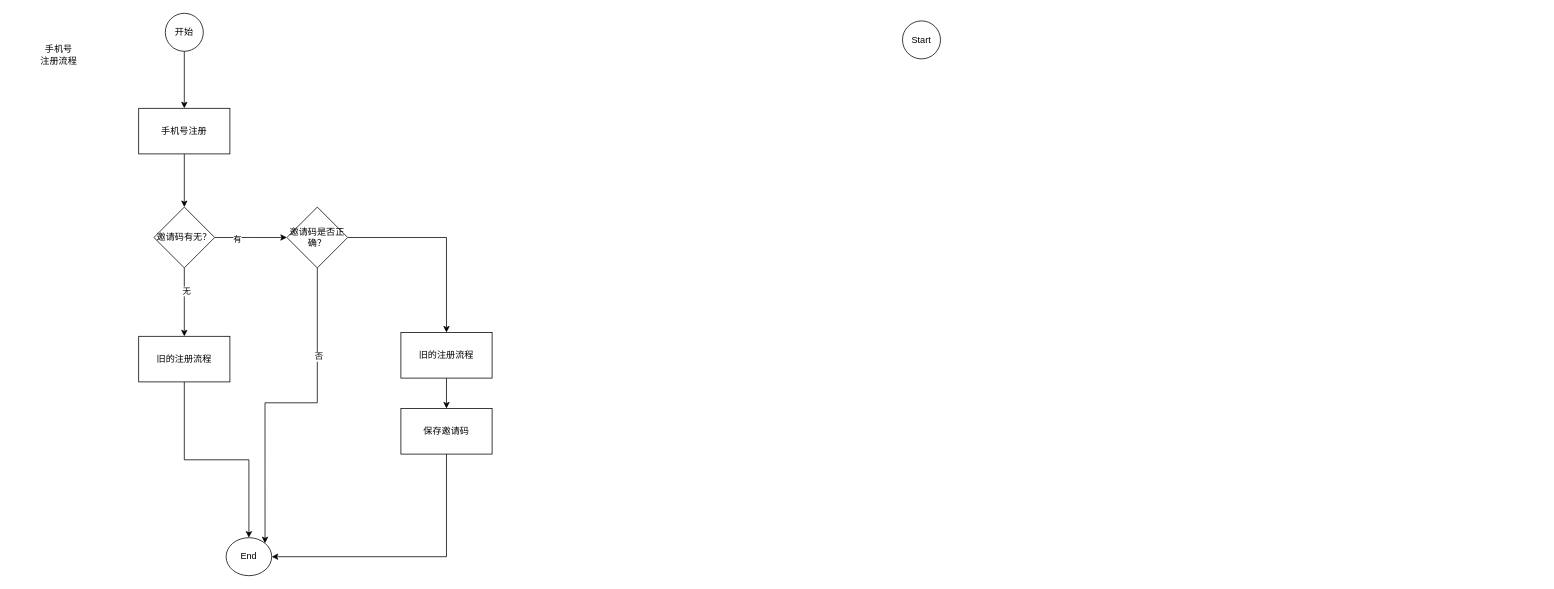
gongyao1992/draw keeps this draw.io diagram as 日常迭代/司机推广.drawio. Above is the earlier version. Source tidied: cells renumbered, new cells numbered last; positions are measured from the earlier drawing's top-left corner, leaving out a move shared by most shapes. Both pictures are drawn from the tidied source at 76%, with x=0, y=0 at pixel (13, 13).
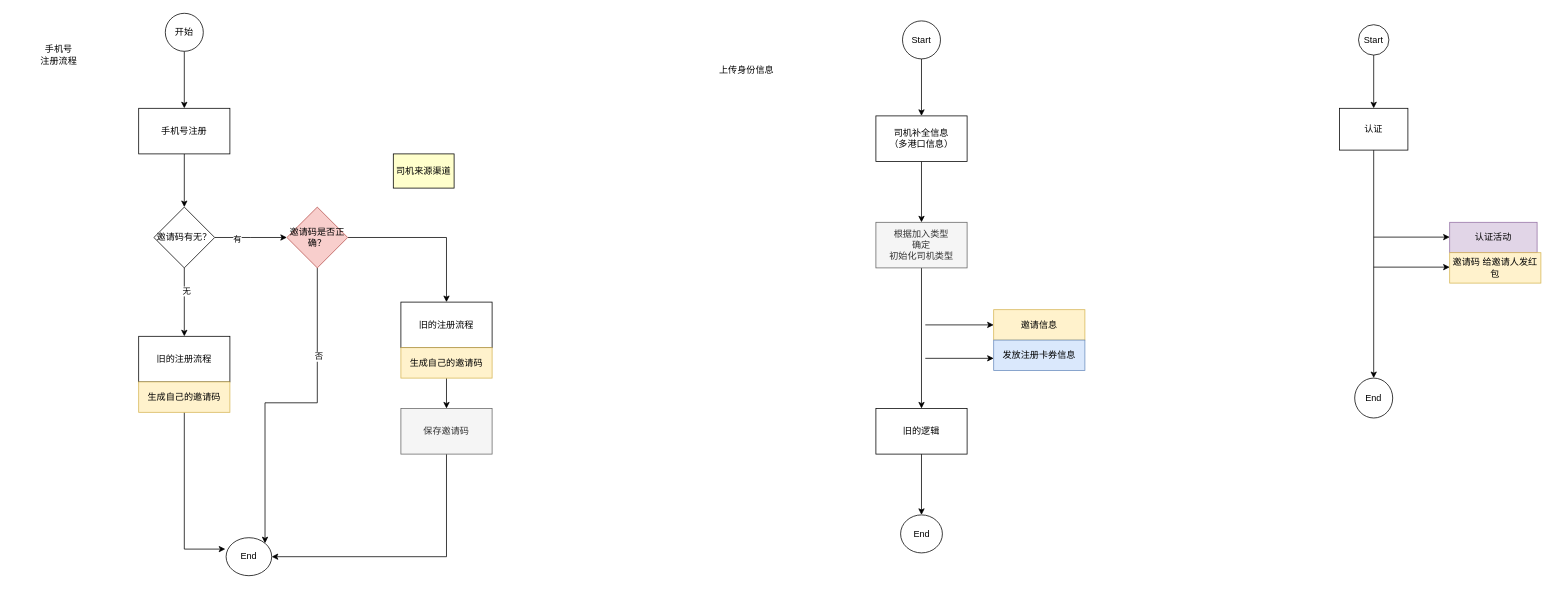
The same diagram, later.

Commit message (it also covers changes not shown here):
更新日常迭代/司机推广.drawio

The change refers to these unchanged cells:
```xml
<mxCell id="12" value="旧的注册流程" style="whiteSpace=wrap;html=1;" parent="1" vertex="1">
  <mxGeometry x="165" y="425" width="120" height="60" as="geometry" />
</mxCell>
<mxCell id="17" value="End" style="ellipse;whiteSpace=wrap;html=1;" parent="1" vertex="1">
  <mxGeometry x="280" y="690" width="60" height="50" as="geometry" />
</mxCell>
<mxCell id="23" value="Start" style="ellipse;whiteSpace=wrap;html=1;" parent="1" vertex="1">
  <mxGeometry x="1170" y="10" width="50" height="50" as="geometry" />
</mxCell>
```

Change to the diagram source:
```diff
@@
-    <mxCell id="11" style="edgeStyle=orthogonalEdgeStyle;rounded=0;jettySize=auto;html=1;" parent="1" edge="1" source="12" target="17">
-      <mxGeometry relative="1" as="geometry" />
-    </mxCell>
@@
-    <mxCell id="16" value="邀请码是否正确？" style="rhombus;whiteSpace=wrap;html=1;" parent="1" vertex="1">
+    <mxCell id="16" value="邀请码是否正确？" style="rhombus;whiteSpace=wrap;html=1;fillColor=#f8cecc;strokeColor=#b85450;" parent="1" vertex="1">
       <mxGeometry x="360" y="255" width="80" height="80" as="geometry" />
     </mxCell>
@@
-    <mxCell id="18" style="edgeStyle=orthogonalEdgeStyle;rounded=0;jettySize=auto;html=1;" parent="1" edge="1" source="19" target="21">
-      <mxGeometry relative="1" as="geometry" />
-    </mxCell>
     <mxCell id="19" value="旧的注册流程" style="whiteSpace=wrap;html=1;" parent="1" vertex="1">
-      <mxGeometry x="510" y="420" width="120" height="60" as="geometry" />
+      <mxGeometry x="510" y="380" width="120" height="60" as="geometry" />
     </mxCell>
@@
-    <mxCell id="21" value="保存邀请码" style="whiteSpace=wrap;html=1;" parent="1" vertex="1">
+    <mxCell id="21" value="保存邀请码" style="whiteSpace=wrap;html=1;fillColor=#f5f5f5;strokeColor=#666666;fontColor=#333333;" parent="1" vertex="1">
       <mxGeometry x="510" y="520" width="120" height="60" as="geometry" />
     </mxCell>
@@
+    <mxCell id="24" style="edgeStyle=orthogonalEdgeStyle;rounded=0;jettySize=auto;html=1;" parent="1" edge="1" source="23" target="27">
+      <mxGeometry relative="1" as="geometry" />
+    </mxCell>
@@
+    <mxCell id="25" value="上传身份信息" style="text;html=1;strokeColor=none;fillColor=none;align=center;verticalAlign=middle;whiteSpace=wrap;rounded=0;" parent="1" vertex="1">
+      <mxGeometry x="910" y="60" width="110" height="30" as="geometry" />
+    </mxCell>
+    <mxCell id="26" style="edgeStyle=orthogonalEdgeStyle;rounded=0;jettySize=auto;html=1;" parent="1" edge="1" source="27" target="29">
+      <mxGeometry relative="1" as="geometry" />
+    </mxCell>
+    <mxCell id="27" value="司机补全信息&lt;br&gt;（多港口信息）" style="whiteSpace=wrap;html=1;" parent="1" vertex="1">
+      <mxGeometry x="1135" y="135" width="120" height="60" as="geometry" />
+    </mxCell>
+    <mxCell id="28" style="edgeStyle=orthogonalEdgeStyle;rounded=0;jettySize=auto;html=1;" parent="1" edge="1" source="29" target="31">
+      <mxGeometry relative="1" as="geometry" />
+    </mxCell>
+    <mxCell id="29" value="根据加入类型&lt;br&gt;确定&lt;br&gt;初始化司机类型" style="whiteSpace=wrap;html=1;fillColor=#f5f5f5;strokeColor=#666666;fontColor=#333333;" parent="1" vertex="1">
+      <mxGeometry x="1135" y="275" width="120" height="60" as="geometry" />
+    </mxCell>
+    <mxCell id="30" style="edgeStyle=orthogonalEdgeStyle;rounded=0;jettySize=auto;html=1;" parent="1" edge="1" source="31" target="34">
+      <mxGeometry relative="1" as="geometry" />
+    </mxCell>
+    <mxCell id="31" value="旧的逻辑" style="whiteSpace=wrap;html=1;" parent="1" vertex="1">
+      <mxGeometry x="1135" y="520" width="120" height="60" as="geometry" />
+    </mxCell>
+    <mxCell id="32" value="邀请信息" style="rounded=0;whiteSpace=wrap;html=1;fillColor=#fff2cc;strokeColor=#d6b656;" parent="1" vertex="1">
+      <mxGeometry x="1290" y="390" width="120" height="40" as="geometry" />
+    </mxCell>
+    <mxCell id="33" value="发放注册卡券信息" style="rounded=0;whiteSpace=wrap;html=1;fillColor=#dae8fc;strokeColor=#6c8ebf;" parent="1" vertex="1">
+      <mxGeometry x="1290" y="430" width="120" height="40" as="geometry" />
+    </mxCell>
+    <mxCell id="34" value="End" style="ellipse;whiteSpace=wrap;html=1;" parent="1" vertex="1">
+      <mxGeometry x="1167.5" y="660" width="55" height="50" as="geometry" />
+    </mxCell>
+    <mxCell id="35" style="endArrow=classic;html=1;entryX=0;entryY=0.5;entryDx=0;entryDy=0;" parent="1" edge="1" target="32">
+      <mxGeometry relative="1" as="geometry">
+        <mxPoint x="1200" y="410" as="sourcePoint" />
+      </mxGeometry>
+    </mxCell>
+    <mxCell id="36" style="endArrow=classic;html=1;entryX=0;entryY=0.5;entryDx=0;entryDy=0;" parent="1" edge="1">
+      <mxGeometry relative="1" as="geometry">
+        <mxPoint x="1200" y="454" as="sourcePoint" />
+        <mxPoint x="1290" y="454" as="targetPoint" />
+      </mxGeometry>
+    </mxCell>
+    <mxCell id="37" style="edgeStyle=orthogonalEdgeStyle;rounded=0;jettySize=auto;html=1;exitX=0.5;exitY=1;exitDx=0;exitDy=0;entryX=0.5;entryY=0;entryDx=0;entryDy=0;" parent="1" edge="1" source="38" target="21">
+      <mxGeometry relative="1" as="geometry" />
+    </mxCell>
+    <mxCell id="38" value="生成自己的邀请码" style="rounded=0;whiteSpace=wrap;html=1;fillColor=#fff2cc;strokeColor=#d6b656;" parent="1" vertex="1">
+      <mxGeometry x="510" y="440" width="120" height="40" as="geometry" />
+    </mxCell>
+    <mxCell id="39" style="edgeStyle=orthogonalEdgeStyle;rounded=0;jettySize=auto;html=1;exitX=0.5;exitY=1;exitDx=0;exitDy=0;entryX=-0.017;entryY=0.3;entryDx=0;entryDy=0;entryPerimeter=0;" parent="1" edge="1" source="40" target="17">
+      <mxGeometry relative="1" as="geometry" />
+    </mxCell>
+    <mxCell id="40" value="生成自己的邀请码" style="rounded=0;whiteSpace=wrap;html=1;fillColor=#fff2cc;strokeColor=#d6b656;" parent="1" vertex="1">
+      <mxGeometry x="165" y="485" width="120" height="40" as="geometry" />
+    </mxCell>
+    <mxCell id="41" value="司机来源渠道" style="rounded=0;whiteSpace=wrap;html=1;fillColor=#FFFFCC;" parent="1" vertex="1">
+      <mxGeometry x="500" y="185" width="80" height="45" as="geometry" />
+    </mxCell>
+    <mxCell id="42" style="edgeStyle=orthogonalEdgeStyle;rounded=0;jettySize=auto;html=1;" parent="1" edge="1" source="43" target="45">
+      <mxGeometry relative="1" as="geometry" />
+    </mxCell>
+    <mxCell id="43" value="Start" style="ellipse;whiteSpace=wrap;html=1;" parent="1" vertex="1">
+      <mxGeometry x="1770" y="15" width="40" height="40" as="geometry" />
+    </mxCell>
+    <mxCell id="44" style="edgeStyle=orthogonalEdgeStyle;rounded=0;jettySize=auto;html=1;" parent="1" edge="1" source="45" target="46">
+      <mxGeometry relative="1" as="geometry" />
+    </mxCell>
+    <mxCell id="45" value="认证" style="whiteSpace=wrap;html=1;" parent="1" vertex="1">
+      <mxGeometry x="1745" y="125" width="90" height="55" as="geometry" />
+    </mxCell>
+    <mxCell id="46" value="End" style="ellipse;whiteSpace=wrap;html=1;" parent="1" vertex="1">
+      <mxGeometry x="1765" y="480" width="50" height="52.5" as="geometry" />
+    </mxCell>
+    <mxCell id="47" value="认证活动" style="rounded=0;whiteSpace=wrap;html=1;fillColor=#e1d5e7;strokeColor=#9673a6;" parent="1" vertex="1">
+      <mxGeometry x="1890" y="275" width="115" height="40" as="geometry" />
+    </mxCell>
+    <mxCell id="48" value="邀请码 给邀请人发红包" style="rounded=0;whiteSpace=wrap;html=1;fillColor=#fff2cc;strokeColor=#d6b656;" parent="1" vertex="1">
+      <mxGeometry x="1890" y="315" width="120" height="40" as="geometry" />
+    </mxCell>
+    <mxCell id="49" style="endArrow=classic;html=1;" parent="1" edge="1">
+      <mxGeometry relative="1" as="geometry">
+        <mxPoint x="1790" y="294.5" as="sourcePoint" />
+        <mxPoint x="1890" y="294.5" as="targetPoint" />
+      </mxGeometry>
+    </mxCell>
+    <mxCell id="50" style="endArrow=classic;html=1;" parent="1" edge="1">
+      <mxGeometry relative="1" as="geometry">
+        <mxPoint x="1790" y="334" as="sourcePoint" />
+        <mxPoint x="1890" y="334" as="targetPoint" />
+      </mxGeometry>
+    </mxCell>
```
